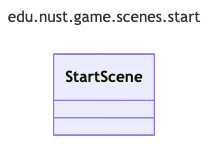
Earlier version of the Mermaid export uml/generated/png/package_edu_nust_game_scenes_start.png (zombie-zero-nust/zombie-zero). Its source is kept beside it as uml/generated/mmd/package_edu_nust_game_scenes_start.mmd. The source it was exported from:
```mermaid
---
title: edu.nust.game.scenes.start
config:
  look: classic
  layout: dagre
  flowchart:
    curve: linear
  class:
    defaultRenderer: dagre-wrapper
---
classDiagram
class StartScene
```
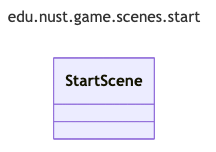
The same file after the commit.

The edit, as a diff of the source:
```diff
@@ -2,11 +2,11 @@
 title: edu.nust.game.scenes.start
 config:
   look: classic
-  layout: dagre
+  layout: elk
   flowchart:
     curve: linear
   class:
     defaultRenderer: dagre-wrapper
 ---
 classDiagram
-class StartScene
+  class StartScene
```
